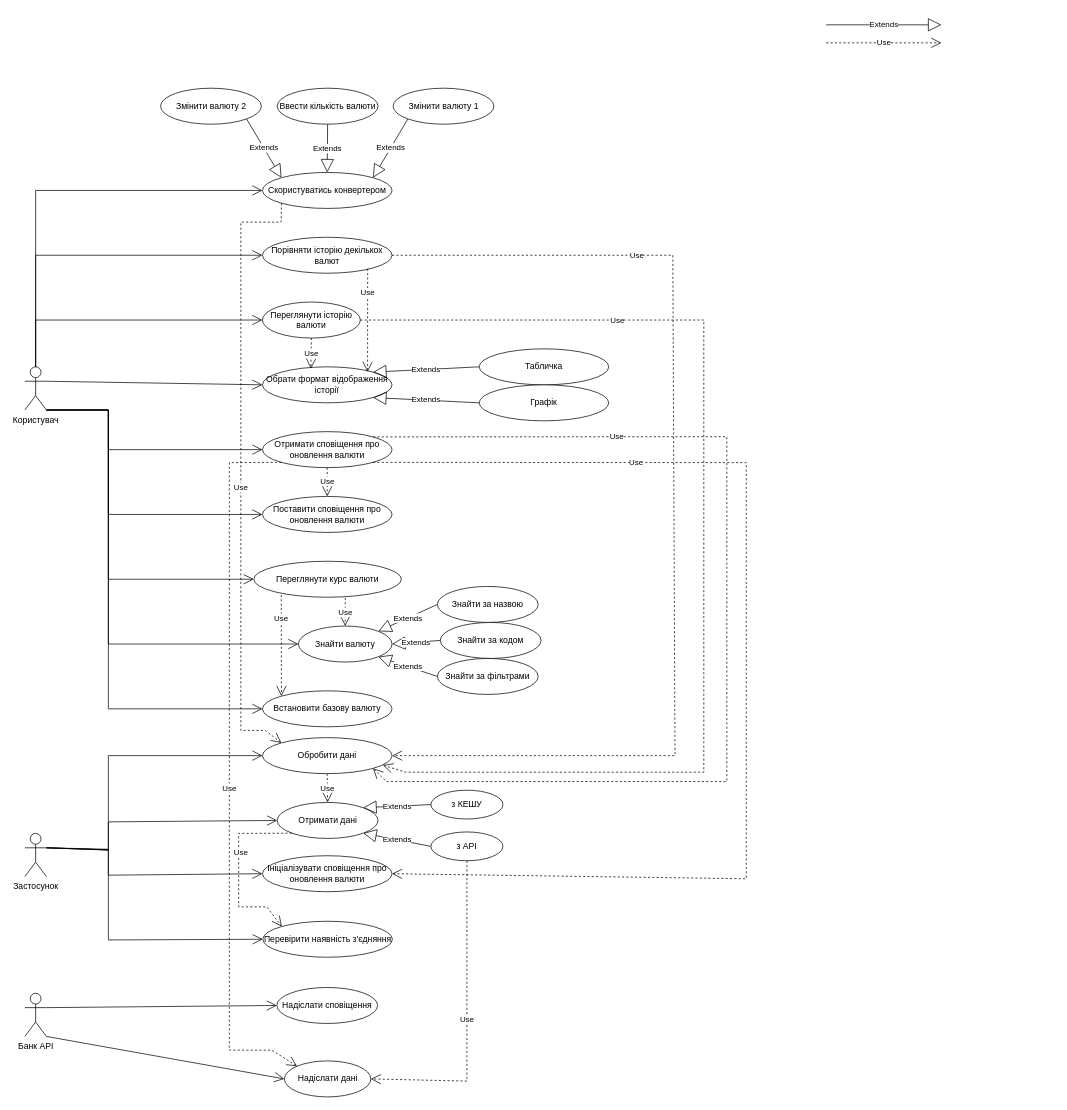
Above: lab2/UC/UC.drawio.xml in MihajloVat/KPI_labs_3_sem (draw.io), before the change. Source tidied: cells renumbered, new cells numbered last; positions are measured from the earlier drawing's top-left corner, leaving out a move shared by most shapes. Both pictures are drawn from the tidied source at 72%, with x=0, y=0 at pixel (24, 24).
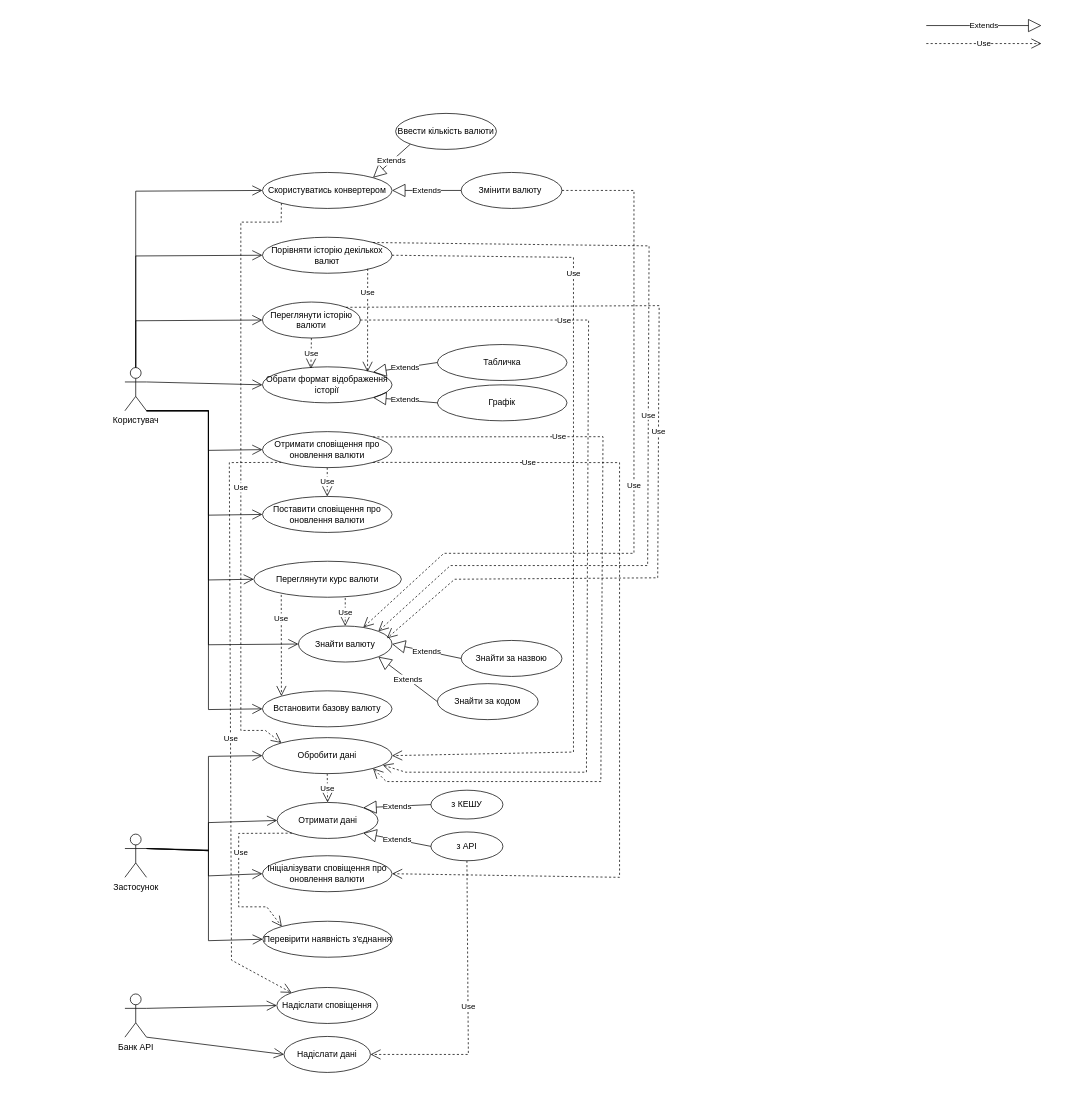
The same page after the edit.

The change refers to these unchanged cells:
```xml
<mxCell id="7" value="Скористуватись конвертером" style="ellipse;whiteSpace=wrap;html=1;" parent="1" vertex="1">
  <mxGeometry x="330" y="205" width="180" height="50" as="geometry" />
</mxCell>
<mxCell id="8" value="Порівняти історію декількох валют" style="ellipse;whiteSpace=wrap;html=1;" parent="1" vertex="1">
  <mxGeometry x="330" y="295" width="180" height="50" as="geometry" />
</mxCell>
<mxCell id="9" value="Переглянути історію валюти" style="ellipse;whiteSpace=wrap;html=1;" parent="1" vertex="1">
  <mxGeometry x="330" y="385" width="136" height="50" as="geometry" />
</mxCell>
<mxCell id="11" value="Отримати сповіщення про оновлення валюти" style="ellipse;whiteSpace=wrap;html=1;" parent="1" vertex="1">
  <mxGeometry x="330" y="565" width="180" height="50" as="geometry" />
</mxCell>
<mxCell id="12" value="Поставити сповіщення про оновлення валюти" style="ellipse;whiteSpace=wrap;html=1;" parent="1" vertex="1">
  <mxGeometry x="330" y="655" width="180" height="50" as="geometry" />
</mxCell>
<mxCell id="13" value="Переглянути курс валюти" style="ellipse;whiteSpace=wrap;html=1;" parent="1" vertex="1">
  <mxGeometry x="318" y="745" width="205" height="50" as="geometry" />
</mxCell>
<mxCell id="14" value="Знайти валюту" style="ellipse;whiteSpace=wrap;html=1;" parent="1" vertex="1">
  <mxGeometry x="380" y="835" width="130" height="50" as="geometry" />
</mxCell>
<mxCell id="15" value="Встановити базову валюту" style="ellipse;whiteSpace=wrap;html=1;" parent="1" vertex="1">
  <mxGeometry x="330" y="925" width="180" height="50" as="geometry" />
</mxCell>
<mxCell id="24" value="Обробити дані" style="ellipse;whiteSpace=wrap;html=1;" parent="1" vertex="1">
  <mxGeometry x="330" y="990" width="180" height="50" as="geometry" />
</mxCell>
<mxCell id="25" value="Ініціалізувати сповіщення про оновлення валюти" style="ellipse;whiteSpace=wrap;html=1;" parent="1" vertex="1">
  <mxGeometry x="330" y="1154" width="180" height="50" as="geometry" />
</mxCell>
<mxCell id="26" value="Отримати дані" style="ellipse;whiteSpace=wrap;html=1;" parent="1" vertex="1">
  <mxGeometry x="350.5" y="1080" width="140" height="50" as="geometry" />
</mxCell>
<mxCell id="27" value="Надіслати сповіщення" style="ellipse;whiteSpace=wrap;html=1;" parent="1" vertex="1">
  <mxGeometry x="350" y="1337" width="140" height="50" as="geometry" />
</mxCell>
<mxCell id="29" value="з АPI" style="ellipse;whiteSpace=wrap;html=1;" parent="1" vertex="1">
  <mxGeometry x="564" y="1121" width="100" height="40" as="geometry" />
</mxCell>
```

What changed in the source:
```diff
@@
     <mxCell id="2" value="Extends" style="endArrow=block;endSize=16;endFill=0;html=1;rounded=0;" parent="1" edge="1">
       <mxGeometry relative="1" as="geometry">
-        <mxPoint x="1113" as="sourcePoint" />
-        <mxPoint x="1273" as="targetPoint" />
+        <mxPoint x="1252" y="1" as="sourcePoint" />
+        <mxPoint x="1412" y="1" as="targetPoint" />
       </mxGeometry>
     </mxCell>
     <mxCell id="3" value="Use" style="endArrow=open;endSize=12;dashed=1;html=1;rounded=0;" parent="1" edge="1">
       <mxGeometry relative="1" as="geometry">
-        <mxPoint x="1113" y="25" as="sourcePoint" />
-        <mxPoint x="1273" y="25" as="targetPoint" />
+        <mxPoint x="1252" y="26" as="sourcePoint" />
+        <mxPoint x="1412" y="26" as="targetPoint" />
       </mxGeometry>
     </mxCell>
     <mxCell id="4" value="Користувач" style="shape=umlActor;verticalLabelPosition=bottom;verticalAlign=top;html=1;outlineConnect=0;" parent="1" vertex="1">
-      <mxGeometry y="475" width="30" height="60" as="geometry" />
+      <mxGeometry x="139" y="476" width="30" height="60" as="geometry" />
     </mxCell>
     <mxCell id="5" value="Застосунок" style="shape=umlActor;verticalLabelPosition=bottom;verticalAlign=top;html=1;outlineConnect=0;" parent="1" vertex="1">
-      <mxGeometry y="1123" width="30" height="60" as="geometry" />
+      <mxGeometry x="139" y="1124" width="30" height="60" as="geometry" />
     </mxCell>
     <mxCell id="6" value="Банк API" style="shape=umlActor;verticalLabelPosition=bottom;verticalAlign=top;html=1;outlineConnect=0;" parent="1" vertex="1">
-      <mxGeometry y="1345" width="30" height="60" as="geometry" />
+      <mxGeometry x="139" y="1346" width="30" height="60" as="geometry" />
     </mxCell>
@@
-    <mxCell id="16" value="Змінити валюту 2" style="ellipse;whiteSpace=wrap;html=1;" parent="1" vertex="1">
-      <mxGeometry x="188.5" y="88" width="140" height="50" as="geometry" />
-    </mxCell>
     <mxCell id="17" value="Ввести кількість валюти" style="ellipse;whiteSpace=wrap;html=1;" parent="1" vertex="1">
-      <mxGeometry x="350.5" y="88" width="140" height="50" as="geometry" />
+      <mxGeometry x="515" y="123" width="140" height="50" as="geometry" />
     </mxCell>
-    <mxCell id="18" value="Змінити валюту 1" style="ellipse;whiteSpace=wrap;html=1;" parent="1" vertex="1">
-      <mxGeometry x="511.5" y="88" width="140" height="50" as="geometry" />
+    <mxCell id="18" value="Змінити валюту&amp;nbsp;" style="ellipse;whiteSpace=wrap;html=1;" parent="1" vertex="1">
+      <mxGeometry x="606" y="205" width="140" height="50" as="geometry" />
     </mxCell>
     <mxCell id="19" value="Табличка" style="ellipse;whiteSpace=wrap;html=1;" parent="1" vertex="1">
-      <mxGeometry x="631" y="450" width="180" height="50" as="geometry" />
+      <mxGeometry x="573" y="444" width="180" height="50" as="geometry" />
     </mxCell>
     <mxCell id="20" value="Графік" style="ellipse;whiteSpace=wrap;html=1;" parent="1" vertex="1">
-      <mxGeometry x="631" y="500" width="180" height="50" as="geometry" />
+      <mxGeometry x="573" y="500" width="180" height="50" as="geometry" />
     </mxCell>
     <mxCell id="21" value="Знайти за назвою" style="ellipse;whiteSpace=wrap;html=1;" parent="1" vertex="1">
-      <mxGeometry x="573" y="780" width="140" height="50" as="geometry" />
+      <mxGeometry x="606" y="855" width="140" height="50" as="geometry" />
     </mxCell>
     <mxCell id="22" value="Знайти за кодом" style="ellipse;whiteSpace=wrap;html=1;" parent="1" vertex="1">
-      <mxGeometry x="577" y="830" width="140" height="50" as="geometry" />
+      <mxGeometry x="573" y="915" width="140" height="50" as="geometry" />
     </mxCell>
-    <mxCell id="23" value="Знайти за фільтрами" style="ellipse;whiteSpace=wrap;html=1;" parent="1" vertex="1">
-      <mxGeometry x="573" y="880" width="140" height="50" as="geometry" />
-    </mxCell>
@@
     <mxCell id="30" value="Надіслати дані" style="ellipse;whiteSpace=wrap;html=1;" parent="1" vertex="1">
-      <mxGeometry x="360.5" y="1439" width="120" height="50" as="geometry" />
+      <mxGeometry x="360" y="1405" width="120" height="50" as="geometry" />
     </mxCell>
@@
-    <mxCell id="33" value="Extends" style="endArrow=block;endSize=16;endFill=0;html=1;rounded=0;exitX=0;exitY=0.5;exitDx=0;exitDy=0;entryX=1;entryY=1;entryDx=0;entryDy=0;" parent="1" edge="1" source="23" target="14">
-      <mxGeometry relative="1" as="geometry" />
-    </mxCell>
-    <mxCell id="34" value="Extends" style="endArrow=block;endSize=16;endFill=0;html=1;rounded=0;exitX=0;exitY=0.5;exitDx=0;exitDy=0;entryX=1;entryY=0.5;entryDx=0;entryDy=0;" parent="1" edge="1" source="22" target="14">
+    <mxCell id="34" value="Extends" style="endArrow=block;endSize=16;endFill=0;html=1;rounded=0;exitX=0;exitY=0.5;exitDx=0;exitDy=0;entryX=1;entryY=1;entryDx=0;entryDy=0;" parent="1" edge="1" source="22" target="14">
       <mxGeometry relative="1" as="geometry" />
     </mxCell>
-    <mxCell id="35" value="Extends" style="endArrow=block;endSize=16;endFill=0;html=1;rounded=0;exitX=0;exitY=0.5;exitDx=0;exitDy=0;entryX=1;entryY=0;entryDx=0;entryDy=0;" parent="1" edge="1" source="21" target="14">
+    <mxCell id="35" value="Extends" style="endArrow=block;endSize=16;endFill=0;html=1;rounded=0;exitX=0;exitY=0.5;exitDx=0;exitDy=0;entryX=1;entryY=0.5;entryDx=0;entryDy=0;" parent="1" edge="1" source="21" target="14">
       <mxGeometry relative="1" as="geometry" />
     </mxCell>
@@
-    <mxCell id="38" value="Extends" style="endArrow=block;endSize=16;endFill=0;html=1;rounded=0;exitX=1;exitY=1;exitDx=0;exitDy=0;entryX=0;entryY=0;entryDx=0;entryDy=0;" parent="1" edge="1" source="16" target="7">
-      <mxGeometry relative="1" as="geometry" />
-    </mxCell>
-    <mxCell id="39" value="Extends" style="endArrow=block;endSize=16;endFill=0;html=1;rounded=0;exitX=0.5;exitY=1;exitDx=0;exitDy=0;entryX=0.5;entryY=0;entryDx=0;entryDy=0;" parent="1" edge="1" source="17" target="7">
+    <mxCell id="39" value="Extends" style="endArrow=block;endSize=16;endFill=0;html=1;rounded=0;exitX=0;exitY=1;exitDx=0;exitDy=0;entryX=1;entryY=0;entryDx=0;entryDy=0;" parent="1" edge="1" source="17" target="7">
       <mxGeometry relative="1" as="geometry" />
     </mxCell>
-    <mxCell id="40" value="Extends" style="endArrow=block;endSize=16;endFill=0;html=1;rounded=0;exitX=0;exitY=1;exitDx=0;exitDy=0;entryX=1;entryY=0;entryDx=0;entryDy=0;" parent="1" edge="1" source="18" target="7">
+    <mxCell id="40" value="Extends" style="endArrow=block;endSize=16;endFill=0;html=1;rounded=0;exitX=0;exitY=0.5;exitDx=0;exitDy=0;entryX=1;entryY=0.5;entryDx=0;entryDy=0;" parent="1" edge="1" source="18" target="7">
       <mxGeometry relative="1" as="geometry" />
     </mxCell>
     <mxCell id="41" style="endArrow=open;endFill=1;endSize=12;html=1;rounded=0;exitX=0.5;exitY=0;exitDx=0;exitDy=0;exitPerimeter=0;entryX=0;entryY=0.5;entryDx=0;entryDy=0;" parent="1" edge="1" source="4" target="7">
       <mxGeometry relative="1" as="geometry">
         <Array as="points">
-          <mxPoint x="15" y="230" />
+          <mxPoint x="154" y="231" />
         </Array>
       </mxGeometry>
     </mxCell>
     <mxCell id="42" style="endArrow=open;endFill=1;endSize=12;html=1;rounded=0;exitX=0.5;exitY=0;exitDx=0;exitDy=0;exitPerimeter=0;entryX=0;entryY=0.5;entryDx=0;entryDy=0;" parent="1" edge="1" source="4" target="8">
       <mxGeometry relative="1" as="geometry">
         <Array as="points">
-          <mxPoint x="15" y="320" />
+          <mxPoint x="154" y="321" />
         </Array>
       </mxGeometry>
     </mxCell>
     <mxCell id="43" style="endArrow=open;endFill=1;endSize=12;html=1;rounded=0;exitX=0.5;exitY=0;exitDx=0;exitDy=0;exitPerimeter=0;entryX=0;entryY=0.5;entryDx=0;entryDy=0;" parent="1" edge="1" source="4" target="9">
       <mxGeometry relative="1" as="geometry">
         <Array as="points">
-          <mxPoint x="15" y="410" />
+          <mxPoint x="154" y="411" />
         </Array>
       </mxGeometry>
     </mxCell>
@@
     <mxCell id="45" style="endArrow=open;endFill=1;endSize=12;html=1;rounded=0;entryX=0;entryY=0.5;entryDx=0;entryDy=0;exitX=1;exitY=1;exitDx=0;exitDy=0;exitPerimeter=0;" parent="1" edge="1" source="4" target="11">
       <mxGeometry relative="1" as="geometry">
         <Array as="points">
-          <mxPoint x="116" y="535" />
-          <mxPoint x="116" y="590" />
+          <mxPoint x="255" y="536" />
+          <mxPoint x="255" y="591" />
         </Array>
       </mxGeometry>
     </mxCell>
     <mxCell id="46" style="endArrow=open;endFill=1;endSize=12;html=1;rounded=0;entryX=0;entryY=0.5;entryDx=0;entryDy=0;exitX=1;exitY=1;exitDx=0;exitDy=0;exitPerimeter=0;" parent="1" edge="1" target="12">
       <mxGeometry relative="1" as="geometry">
-        <mxPoint x="30" y="535" as="sourcePoint" />
+        <mxPoint x="169" y="536" as="sourcePoint" />
         <Array as="points">
-          <mxPoint x="116" y="535" />
-          <mxPoint x="116" y="680" />
+          <mxPoint x="255" y="536" />
+          <mxPoint x="255" y="681" />
         </Array>
       </mxGeometry>
     </mxCell>
     <mxCell id="47" style="endArrow=open;endFill=1;endSize=12;html=1;rounded=0;entryX=0;entryY=0.5;entryDx=0;entryDy=0;exitX=1;exitY=1;exitDx=0;exitDy=0;exitPerimeter=0;" parent="1" edge="1" target="13">
       <mxGeometry relative="1" as="geometry">
-        <mxPoint x="30" y="535" as="sourcePoint" />
+        <mxPoint x="169" y="536" as="sourcePoint" />
         <Array as="points">
-          <mxPoint x="116" y="535" />
-          <mxPoint x="116" y="770" />
+          <mxPoint x="255" y="536" />
+          <mxPoint x="255" y="771" />
         </Array>
       </mxGeometry>
     </mxCell>
     <mxCell id="48" style="endArrow=open;endFill=1;endSize=12;html=1;rounded=0;entryX=0;entryY=0.5;entryDx=0;entryDy=0;exitX=1;exitY=1;exitDx=0;exitDy=0;exitPerimeter=0;" parent="1" edge="1" target="14">
       <mxGeometry relative="1" as="geometry">
-        <mxPoint x="30" y="535" as="sourcePoint" />
+        <mxPoint x="169" y="536" as="sourcePoint" />
         <Array as="points">
-          <mxPoint x="116" y="535" />
-          <mxPoint x="116" y="860" />
+          <mxPoint x="255" y="536" />
+          <mxPoint x="255" y="861" />
         </Array>
       </mxGeometry>
     </mxCell>
     <mxCell id="49" style="endArrow=open;endFill=1;endSize=12;html=1;rounded=0;entryX=0;entryY=0.5;entryDx=0;entryDy=0;exitX=1;exitY=1;exitDx=0;exitDy=0;exitPerimeter=0;" parent="1" edge="1" target="15">
       <mxGeometry relative="1" as="geometry">
-        <mxPoint x="30" y="535" as="sourcePoint" />
+        <mxPoint x="169" y="536" as="sourcePoint" />
         <Array as="points">
-          <mxPoint x="116" y="535" />
-          <mxPoint x="116" y="950" />
+          <mxPoint x="255" y="536" />
+          <mxPoint x="255" y="951" />
         </Array>
       </mxGeometry>
     </mxCell>
@@
     <mxCell id="52" style="endArrow=open;endFill=1;endSize=12;html=1;rounded=0;exitX=1;exitY=1;exitDx=0;exitDy=0;exitPerimeter=0;entryX=0;entryY=0.5;entryDx=0;entryDy=0;" parent="1" edge="1" target="59">
       <mxGeometry relative="1" as="geometry">
-        <mxPoint x="30" y="1143" as="sourcePoint" />
+        <mxPoint x="169" y="1144" as="sourcePoint" />
         <Array as="points">
-          <mxPoint x="116" y="1146" />
-          <mxPoint x="116" y="1271" />
+          <mxPoint x="255" y="1147" />
+          <mxPoint x="255" y="1272" />
         </Array>
       </mxGeometry>
     </mxCell>
     <mxCell id="53" style="endArrow=open;endFill=1;endSize=12;html=1;rounded=0;exitX=1;exitY=0.3333333333333333;exitDx=0;exitDy=0;exitPerimeter=0;entryX=0;entryY=0.5;entryDx=0;entryDy=0;" parent="1" edge="1" source="5" target="25">
       <mxGeometry relative="1" as="geometry">
         <Array as="points">
-          <mxPoint x="116" y="1145" />
-          <mxPoint x="116" y="1181" />
+          <mxPoint x="255" y="1146" />
+          <mxPoint x="255" y="1182" />
         </Array>
       </mxGeometry>
     </mxCell>
     <mxCell id="54" style="endArrow=open;endFill=1;endSize=12;html=1;rounded=0;exitX=1;exitY=0.3333333333333333;exitDx=0;exitDy=0;exitPerimeter=0;entryX=0;entryY=0.5;entryDx=0;entryDy=0;" parent="1" edge="1" source="5" target="26">
       <mxGeometry relative="1" as="geometry">
         <Array as="points">
-          <mxPoint x="116" y="1146" />
-          <mxPoint x="116" y="1107" />
+          <mxPoint x="255" y="1147" />
+          <mxPoint x="255" y="1108" />
         </Array>
       </mxGeometry>
     </mxCell>
     <mxCell id="55" style="endArrow=open;endFill=1;endSize=12;html=1;rounded=0;exitX=1;exitY=0.3333333333333333;exitDx=0;exitDy=0;exitPerimeter=0;entryX=0;entryY=0.5;entryDx=0;entryDy=0;" parent="1" edge="1" target="24">
       <mxGeometry relative="1" as="geometry">
-        <mxPoint x="30" y="1143" as="sourcePoint" />
+        <mxPoint x="169" y="1144" as="sourcePoint" />
         <Array as="points">
-          <mxPoint x="116" y="1146" />
-          <mxPoint x="116" y="1015" />
+          <mxPoint x="255" y="1147" />
+          <mxPoint x="255" y="1016" />
         </Array>
       </mxGeometry>
     </mxCell>
@@
-    <mxCell id="59" value="Перевірити наявність з'єдняння" style="ellipse;whiteSpace=wrap;html=1;" parent="1" vertex="1">
+    <mxCell id="59" value="Перевірити наявність з'єднання" style="ellipse;whiteSpace=wrap;html=1;" parent="1" vertex="1">
       <mxGeometry x="330.5" y="1245" width="180" height="50" as="geometry" />
     </mxCell>
@@
     <mxCell id="61" value="Use" style="endArrow=open;endSize=12;dashed=1;html=1;rounded=0;exitX=0.5;exitY=1;exitDx=0;exitDy=0;entryX=1;entryY=0.5;entryDx=0;entryDy=0;" parent="1" edge="1" source="29" target="30">
       <mxGeometry relative="1" as="geometry">
         <Array as="points">
-          <mxPoint x="614" y="1467" />
+          <mxPoint x="616" y="1430" />
         </Array>
       </mxGeometry>
     </mxCell>
@@
-    <mxCell id="63" value="Use" style="endArrow=open;endSize=12;dashed=1;html=1;rounded=0;exitX=0;exitY=1;exitDx=0;exitDy=0;entryX=0;entryY=0;entryDx=0;entryDy=0;" parent="1" edge="1" source="11" target="30">
+    <mxCell id="63" value="Use" style="endArrow=open;endSize=12;dashed=1;html=1;rounded=0;exitX=0;exitY=1;exitDx=0;exitDy=0;entryX=0;entryY=0;entryDx=0;entryDy=0;" parent="1" edge="1" source="11" target="27">
       <mxGeometry x="0.06" relative="1" as="geometry">
         <Array as="points">
           <mxPoint x="284" y="608" />
-          <mxPoint x="284" y="1424" />
-          <mxPoint x="343" y="1424" />
+          <mxPoint x="287" y="1299" />
         </Array>
       </mxGeometry>
     </mxCell>
@@
     <mxCell id="67" value="Use" style="endArrow=open;endSize=12;dashed=1;html=1;rounded=0;exitX=1;exitY=0.5;exitDx=0;exitDy=0;entryX=1;entryY=0.5;entryDx=0;entryDy=0;" parent="1" edge="1" source="8" target="24">
       <mxGeometry x="-0.54" relative="1" as="geometry">
         <Array as="points">
-          <mxPoint x="900" y="320" />
-          <mxPoint x="903" y="1015" />
+          <mxPoint x="762" y="323" />
+          <mxPoint x="762" y="1010" />
         </Array>
       </mxGeometry>
     </mxCell>
     <mxCell id="68" value="Use" style="endArrow=open;endSize=12;dashed=1;html=1;rounded=0;exitX=1;exitY=0.5;exitDx=0;exitDy=0;entryX=0.929;entryY=0.765;entryDx=0;entryDy=0;entryPerimeter=0;" parent="1" edge="1" source="9" target="24">
       <mxGeometry x="-0.54" relative="1" as="geometry">
         <Array as="points">
-          <mxPoint x="943" y="410" />
-          <mxPoint x="943" y="1038" />
+          <mxPoint x="783" y="410" />
+          <mxPoint x="780" y="1038" />
           <mxPoint x="529" y="1038" />
         </Array>
       </mxGeometry>
     </mxCell>
     <mxCell id="69" value="Use" style="endArrow=open;endSize=12;dashed=1;html=1;rounded=0;exitX=1;exitY=0;exitDx=0;exitDy=0;entryX=1;entryY=1;entryDx=0;entryDy=0;" parent="1" edge="1" source="11" target="24">
       <mxGeometry x="-0.54" relative="1" as="geometry">
         <Array as="points">
-          <mxPoint x="975" y="572" />
-          <mxPoint x="975" y="1051" />
+          <mxPoint x="803" y="572" />
+          <mxPoint x="800" y="1051" />
           <mxPoint x="502" y="1051" />
         </Array>
       </mxGeometry>
     </mxCell>
     <mxCell id="70" value="Use" style="endArrow=open;endSize=12;dashed=1;html=1;rounded=0;exitX=1;exitY=1;exitDx=0;exitDy=0;entryX=1;entryY=0.5;entryDx=0;entryDy=0;" parent="1" edge="1" source="11" target="25">
-      <mxGeometry x="-0.54" relative="1" as="geometry">
+      <mxGeometry x="-0.65" relative="1" as="geometry">
         <Array as="points">
-          <mxPoint x="1002" y="608" />
-          <mxPoint x="1002" y="1186" />
+          <mxPoint x="826" y="608" />
+          <mxPoint x="826" y="1184" />
         </Array>
       </mxGeometry>
     </mxCell>
+    <mxCell id="71" value="Use" style="endArrow=open;endSize=12;dashed=1;html=1;rounded=0;exitX=1;exitY=0.5;exitDx=0;exitDy=0;" parent="1" edge="1" source="18" target="14">
+      <mxGeometry relative="1" as="geometry">
+        <Array as="points">
+          <mxPoint x="846" y="230" />
+          <mxPoint x="846" y="734" />
+          <mxPoint x="582" y="734" />
+        </Array>
+      </mxGeometry>
+    </mxCell>
+    <mxCell id="72" value="Use" style="endArrow=open;endSize=12;dashed=1;html=1;rounded=0;exitX=1;exitY=0;exitDx=0;exitDy=0;entryX=1;entryY=0;entryDx=0;entryDy=0;" parent="1" edge="1" source="8" target="14">
+      <mxGeometry relative="1" as="geometry">
+        <Array as="points">
+          <mxPoint x="867" y="307" />
+          <mxPoint x="865" y="751" />
+          <mxPoint x="591" y="751" />
+        </Array>
+      </mxGeometry>
+    </mxCell>
+    <mxCell id="73" value="Use" style="endArrow=open;endSize=12;dashed=1;html=1;rounded=0;exitX=1;exitY=0;exitDx=0;exitDy=0;entryX=0.946;entryY=0.34;entryDx=0;entryDy=0;entryPerimeter=0;" parent="1" edge="1" source="9" target="14">
+      <mxGeometry relative="1" as="geometry">
+        <Array as="points">
+          <mxPoint x="881" y="390" />
+          <mxPoint x="879" y="768" />
+          <mxPoint x="597" y="770" />
+        </Array>
+      </mxGeometry>
+    </mxCell>
```
